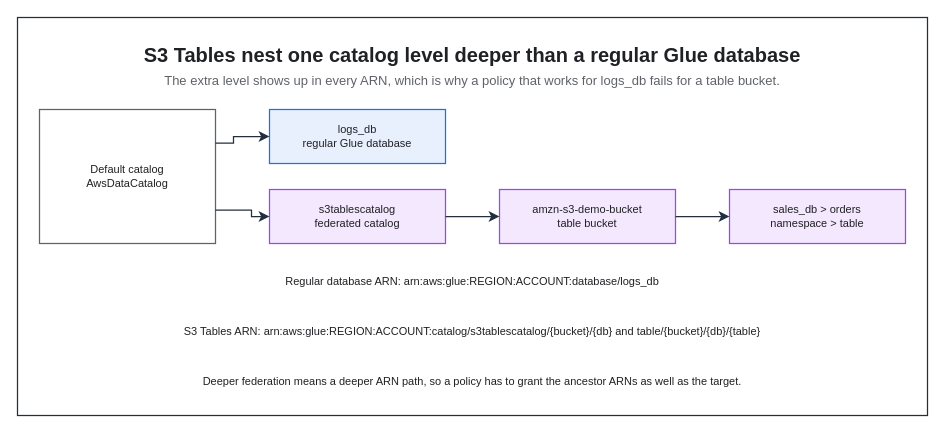
KKamJi98/kkamji98.github.io keeps this draw.io diagram as assets/img/aws/analytics-stack-06-catalog-federation.drawio. Above is the earlier version. Source tidied: cells renumbered, new cells numbered last; positions are measured from the earlier drawing's top-left corner, leaving out a move shared by most shapes. Both pictures are drawn from the tidied source at 100%, with x=0, y=0 at pixel (17, 17).
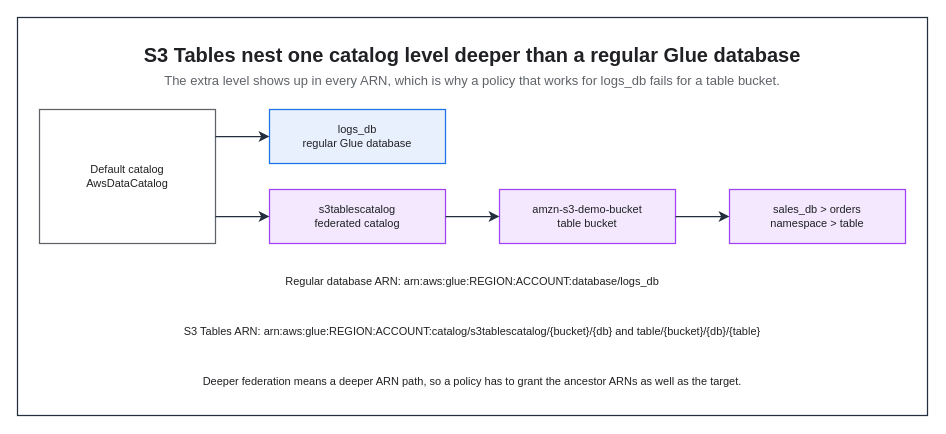
After the change.

Unchanged cells that the change refers to:
```xml
<mxCell id="5" value="Default catalog&#10;AwsDataCatalog" style="rounded=0;whiteSpace=wrap;html=0;fillColor=#FFFFFF;strokeColor=#5F6368;fontColor=#202124;fontSize=11;fontStyle=0;align=center;verticalAlign=middle;spacingLeft=6;spacingRight=6;strokeWidth=1.25;" parent="1" vertex="1">
  <mxGeometry x="22" y="92" width="176" height="134" as="geometry" />
</mxCell>
<mxCell id="6" value="logs_db&#10;regular Glue database" style="rounded=0;whiteSpace=wrap;html=0;fillColor=#E8F0FE;strokeColor=#1A73E8;fontColor=#202124;fontSize=11;fontStyle=0;align=center;verticalAlign=middle;spacingLeft=6;spacingRight=6;strokeWidth=1.25;" parent="1" vertex="1">
  <mxGeometry x="252" y="92" width="176" height="54" as="geometry" />
</mxCell>
<mxCell id="7" value="s3tablescatalog&#10;federated catalog" style="rounded=0;whiteSpace=wrap;html=0;fillColor=#F3E8FD;strokeColor=#A142F4;fontColor=#202124;fontSize=11;fontStyle=0;align=center;verticalAlign=middle;spacingLeft=6;spacingRight=6;strokeWidth=1.25;" parent="1" vertex="1">
  <mxGeometry x="252" y="172" width="176" height="54" as="geometry" />
</mxCell>
```

The edit, as a diff of the source:
```diff
@@
-    <mxCell id="13" style="edgeStyle=orthogonalEdgeStyle;rounded=0;html=0;strokeColor=#232F3E;strokeWidth=1.25;endArrow=classic;endFill=1;endSize=7;fontSize=11;fontColor=#202124;labelBackgroundColor=none;jettySize=14;exitX=1;exitY=0.25;entryX=0;entryY=0.5;exitDx=0;exitDy=0;entryDx=0;entryDy=0;" parent="1" edge="1" source="5" target="6">
-      <mxGeometry relative="1" as="geometry">
-        <Array as="points">
-          <mxPoint x="216" y="125.5" />
-          <mxPoint x="216" y="119" />
-        </Array>
-      </mxGeometry>
+    <mxCell id="13" style="edgeStyle=orthogonalEdgeStyle;rounded=0;html=0;strokeColor=#232F3E;strokeWidth=1.25;endArrow=classic;endFill=1;endSize=7;fontSize=11;fontColor=#202124;labelBackgroundColor=none;jettySize=14;exitX=1;exitY=0.2015;entryX=0;entryY=0.5;exitDx=0;exitDy=0;entryDx=0;entryDy=0;" parent="1" edge="1" source="5" target="6">
+      <mxGeometry relative="1" as="geometry" />
     </mxCell>
-    <mxCell id="14" style="edgeStyle=orthogonalEdgeStyle;rounded=0;html=0;strokeColor=#232F3E;strokeWidth=1.25;endArrow=classic;endFill=1;endSize=7;fontSize=11;fontColor=#202124;labelBackgroundColor=none;jettySize=14;exitX=1;exitY=0.75;entryX=0;entryY=0.5;exitDx=0;exitDy=0;entryDx=0;entryDy=0;" parent="1" edge="1" source="5" target="7">
-      <mxGeometry relative="1" as="geometry">
-        <Array as="points">
-          <mxPoint x="234" y="192.5" />
-          <mxPoint x="234" y="199" />
-        </Array>
-      </mxGeometry>
+    <mxCell id="14" style="edgeStyle=orthogonalEdgeStyle;rounded=0;html=0;strokeColor=#232F3E;strokeWidth=1.25;endArrow=classic;endFill=1;endSize=7;fontSize=11;fontColor=#202124;labelBackgroundColor=none;jettySize=14;exitX=1;exitY=0.7985;entryX=0;entryY=0.5;exitDx=0;exitDy=0;entryDx=0;entryDy=0;" parent="1" edge="1" source="5" target="7">
+      <mxGeometry relative="1" as="geometry" />
     </mxCell>
```
